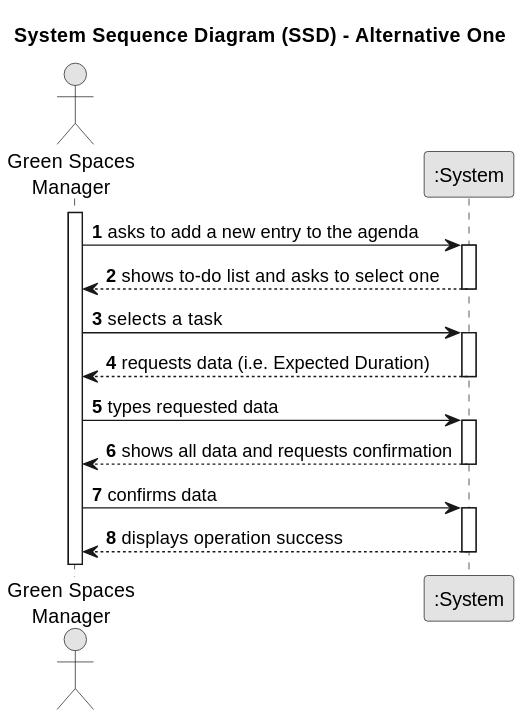
Before: docs/sprintA&B&C/us022/01.requirements-engineering/svg/us022-system-sequence-diagram-alternative-one.svg, a diagram exported from PlantUML (daniel41silva05/ISEP_2023_2024_LAPR2).
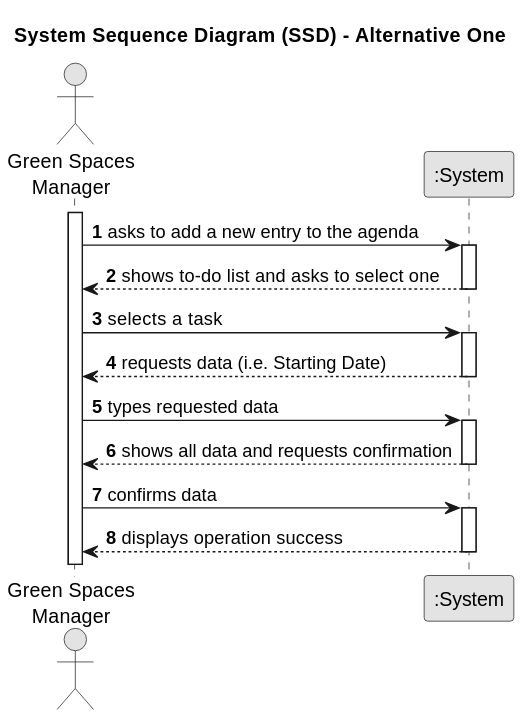
The same file after the commit.

Commit message:
US22 - Class Diagram #10

The edit, as a diff of the source:
```diff
@@ -21,7 +21,7 @@
     GSM -> System : selects a task
     activate System
 
-        System --> GSM : requests data (i.e. Expected Duration)
+        System --> GSM : requests data (i.e. Starting Date)
     deactivate System
 
     GSM -> System : types requested data
```
